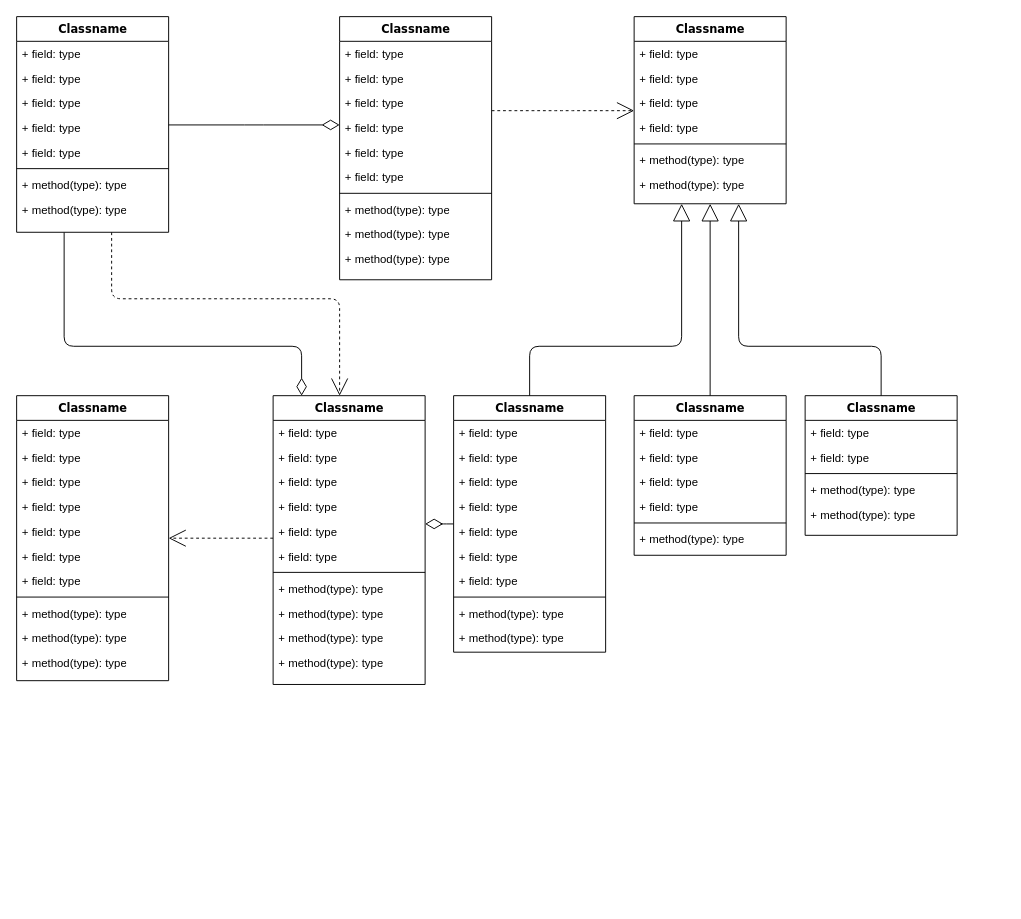
This is Untitled Diagram.drawio from NeutronBlast/IS-Ex, a draw.io file, before an edit. Source tidied: cells renumbered, new cells numbered last; positions are measured from the earlier drawing's top-left corner, leaving out a move shared by most shapes. Both pictures are drawn from the tidied source at 95%, with x=0, y=0 at pixel (16, 16).
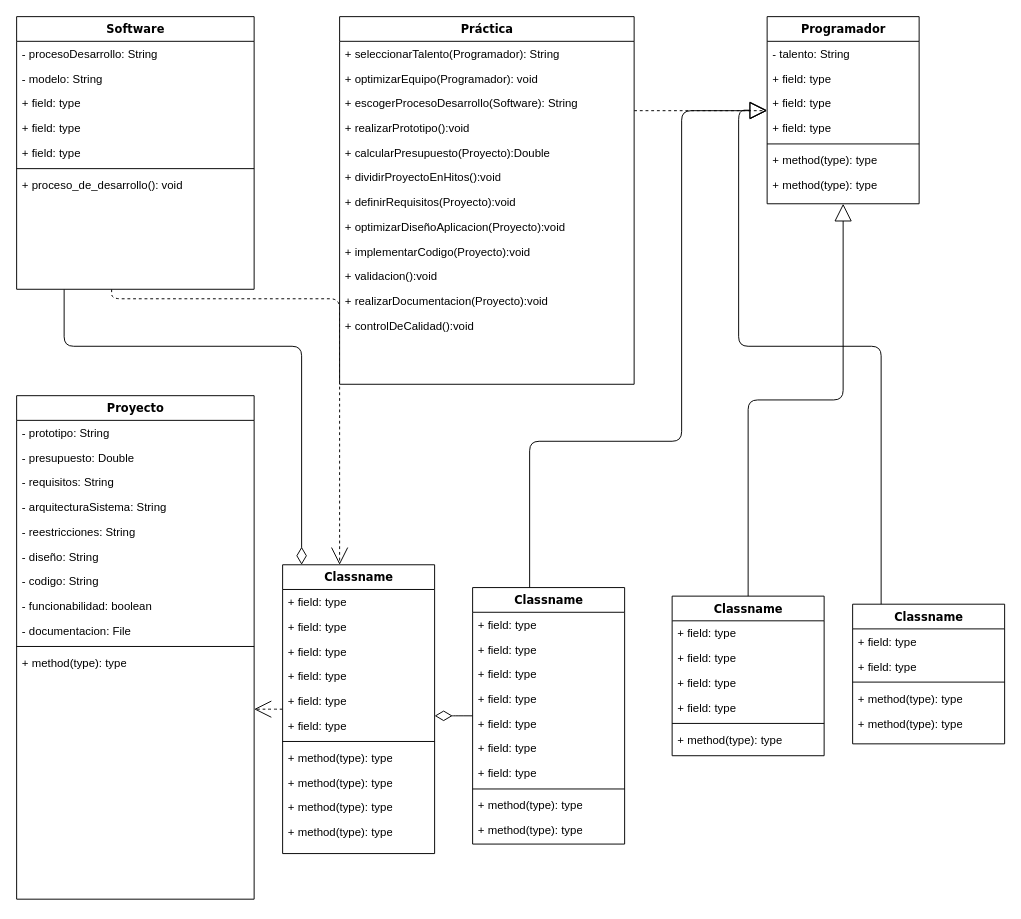
After the change.

Change to the diagram source:
```diff
@@
-    <mxCell id="4" value="Classname" style="swimlane;html=1;fontStyle=1;align=center;verticalAlign=top;horizontal=1;startSize=26;swimlaneFillColor=#ffffff;rounded=0;shadow=0;comic=0;labelBackgroundColor=none;strokeColor=#000000;strokeWidth=1;fillColor=none;fontFamily=Verdana;fontSize=12;fontColor=#000000;" parent="1" vertex="1">
-      <mxGeometry width="160" height="227" as="geometry" />
+    <mxCell id="4" value="Software&lt;br&gt;&lt;br&gt;" style="swimlane;html=1;fontStyle=1;align=center;verticalAlign=top;horizontal=1;startSize=26;swimlaneFillColor=#ffffff;rounded=0;shadow=0;comic=0;labelBackgroundColor=none;strokeColor=#000000;strokeWidth=1;fillColor=none;fontFamily=Verdana;fontSize=12;fontColor=#000000;" parent="1" vertex="1">
+      <mxGeometry width="250" height="287" as="geometry" />
     </mxCell>
-    <mxCell id="5" value="+ field: type" style="text;html=1;strokeColor=none;fillColor=none;align=left;verticalAlign=top;spacingLeft=4;spacingRight=4;whiteSpace=wrap;overflow=hidden;" parent="4" vertex="1">
-      <mxGeometry y="26" width="160" height="26" as="geometry" />
+    <mxCell id="5" value="- procesoDesarrollo: String" style="text;html=1;strokeColor=none;fillColor=none;align=left;verticalAlign=top;spacingLeft=4;spacingRight=4;whiteSpace=wrap;overflow=hidden;" parent="4" vertex="1">
+      <mxGeometry y="26" width="250" height="26" as="geometry" />
     </mxCell>
-    <mxCell id="6" value="+ field: type" style="text;html=1;strokeColor=none;fillColor=none;align=left;verticalAlign=top;spacingLeft=4;spacingRight=4;whiteSpace=wrap;overflow=hidden;" parent="4" vertex="1">
-      <mxGeometry y="52" width="160" height="26" as="geometry" />
+    <mxCell id="6" value="- modelo: String" style="text;html=1;strokeColor=none;fillColor=none;align=left;verticalAlign=top;spacingLeft=4;spacingRight=4;whiteSpace=wrap;overflow=hidden;" parent="4" vertex="1">
+      <mxGeometry y="52" width="250" height="26" as="geometry" />
     </mxCell>
     <mxCell id="7" value="+ field: type" style="text;html=1;strokeColor=none;fillColor=none;align=left;verticalAlign=top;spacingLeft=4;spacingRight=4;whiteSpace=wrap;overflow=hidden;" parent="4" vertex="1">
-      <mxGeometry y="78" width="160" height="26" as="geometry" />
+      <mxGeometry y="78" width="250" height="26" as="geometry" />
     </mxCell>
     <mxCell id="8" value="+ field: type" style="text;html=1;strokeColor=none;fillColor=none;align=left;verticalAlign=top;spacingLeft=4;spacingRight=4;whiteSpace=wrap;overflow=hidden;" parent="4" vertex="1">
-      <mxGeometry y="104" width="160" height="26" as="geometry" />
+      <mxGeometry y="104" width="250" height="26" as="geometry" />
     </mxCell>
     <mxCell id="9" value="+ field: type" style="text;html=1;strokeColor=none;fillColor=none;align=left;verticalAlign=top;spacingLeft=4;spacingRight=4;whiteSpace=wrap;overflow=hidden;" parent="4" vertex="1">
-      <mxGeometry y="130" width="160" height="26" as="geometry" />
+      <mxGeometry y="130" width="250" height="26" as="geometry" />
     </mxCell>
     <mxCell id="10" style="line;html=1;strokeWidth=1;fillColor=none;align=left;verticalAlign=middle;spacingTop=-1;spacingLeft=3;spacingRight=3;labelPosition=right;" parent="4" vertex="1">
-      <mxGeometry y="156" width="160" height="8" as="geometry" />
+      <mxGeometry y="156" width="250" height="8" as="geometry" />
     </mxCell>
-    <mxCell id="11" value="+ method(type): type" style="text;html=1;strokeColor=none;fillColor=none;align=left;verticalAlign=top;spacingLeft=4;spacingRight=4;whiteSpace=wrap;overflow=hidden;" parent="4" vertex="1">
-      <mxGeometry y="164" width="160" height="26" as="geometry" />
+    <mxCell id="11" value="+ proceso_de_desarrollo(): void&lt;br&gt;" style="text;html=1;strokeColor=none;fillColor=none;align=left;verticalAlign=top;spacingLeft=4;spacingRight=4;whiteSpace=wrap;overflow=hidden;" parent="4" vertex="1">
+      <mxGeometry y="164" width="250" height="26" as="geometry" />
     </mxCell>
-    <mxCell id="12" value="+ method(type): type" style="text;html=1;strokeColor=none;fillColor=none;align=left;verticalAlign=top;spacingLeft=4;spacingRight=4;whiteSpace=wrap;overflow=hidden;" parent="4" vertex="1">
-      <mxGeometry y="190" width="160" height="26" as="geometry" />
-    </mxCell>
@@
-    <mxCell id="14" value="Classname" style="swimlane;html=1;fontStyle=1;align=center;verticalAlign=top;horizontal=1;startSize=26;swimlaneFillColor=#ffffff;rounded=0;shadow=0;comic=0;labelBackgroundColor=none;strokeColor=#000000;strokeWidth=1;fillColor=none;fontFamily=Verdana;fontSize=12;fontColor=#000000;" parent="1" vertex="1">
-      <mxGeometry x="340" width="160" height="277" as="geometry" />
+    <mxCell id="14" value="Práctica&lt;br&gt;" style="swimlane;html=1;fontStyle=1;align=center;verticalAlign=top;horizontal=1;startSize=26;swimlaneFillColor=#ffffff;rounded=0;shadow=0;comic=0;labelBackgroundColor=none;strokeColor=#000000;strokeWidth=1;fillColor=none;fontFamily=Verdana;fontSize=12;fontColor=#000000;" parent="1" vertex="1">
+      <mxGeometry x="340" width="310" height="387" as="geometry" />
     </mxCell>
-    <mxCell id="15" value="+ field: type" style="text;html=1;strokeColor=none;fillColor=none;align=left;verticalAlign=top;spacingLeft=4;spacingRight=4;whiteSpace=wrap;overflow=hidden;" parent="14" vertex="1">
-      <mxGeometry y="26" width="160" height="26" as="geometry" />
-    </mxCell>
-    <mxCell id="16" value="+ field: type" style="text;html=1;strokeColor=none;fillColor=none;align=left;verticalAlign=top;spacingLeft=4;spacingRight=4;whiteSpace=wrap;overflow=hidden;" parent="14" vertex="1">
-      <mxGeometry y="52" width="160" height="26" as="geometry" />
-    </mxCell>
-    <mxCell id="17" value="+ field: type" style="text;html=1;strokeColor=none;fillColor=none;align=left;verticalAlign=top;spacingLeft=4;spacingRight=4;whiteSpace=wrap;overflow=hidden;" parent="14" vertex="1">
-      <mxGeometry y="78" width="160" height="26" as="geometry" />
-    </mxCell>
-    <mxCell id="18" value="+ field: type" style="text;html=1;strokeColor=none;fillColor=none;align=left;verticalAlign=top;spacingLeft=4;spacingRight=4;whiteSpace=wrap;overflow=hidden;" parent="14" vertex="1">
-      <mxGeometry y="104" width="160" height="26" as="geometry" />
-    </mxCell>
-    <mxCell id="19" value="+ field: type" style="text;html=1;strokeColor=none;fillColor=none;align=left;verticalAlign=top;spacingLeft=4;spacingRight=4;whiteSpace=wrap;overflow=hidden;" parent="14" vertex="1">
-      <mxGeometry y="130" width="160" height="26" as="geometry" />
-    </mxCell>
-    <mxCell id="20" value="+ field: type" style="text;html=1;strokeColor=none;fillColor=none;align=left;verticalAlign=top;spacingLeft=4;spacingRight=4;whiteSpace=wrap;overflow=hidden;" parent="14" vertex="1">
-      <mxGeometry y="156" width="160" height="26" as="geometry" />
-    </mxCell>
-    <mxCell id="21" style="line;html=1;strokeWidth=1;fillColor=none;align=left;verticalAlign=middle;spacingTop=-1;spacingLeft=3;spacingRight=3;labelPosition=right;" parent="14" vertex="1">
-      <mxGeometry y="182" width="160" height="8" as="geometry" />
-    </mxCell>
-    <mxCell id="22" value="+ method(type): type" style="text;html=1;strokeColor=none;fillColor=none;align=left;verticalAlign=top;spacingLeft=4;spacingRight=4;whiteSpace=wrap;overflow=hidden;" parent="14" vertex="1">
-      <mxGeometry y="190" width="160" height="26" as="geometry" />
+    <mxCell id="22" value="+ seleccionarTalento(Programador): String" style="text;html=1;strokeColor=none;fillColor=none;align=left;verticalAlign=top;spacingLeft=4;spacingRight=4;whiteSpace=wrap;overflow=hidden;" parent="14" vertex="1">
+      <mxGeometry y="26" width="310" height="26" as="geometry" />
     </mxCell>
-    <mxCell id="23" value="+ method(type): type" style="text;html=1;strokeColor=none;fillColor=none;align=left;verticalAlign=top;spacingLeft=4;spacingRight=4;whiteSpace=wrap;overflow=hidden;" parent="14" vertex="1">
-      <mxGeometry y="216" width="160" height="26" as="geometry" />
+    <mxCell id="23" value="+ optimizarEquipo(Programador): void" style="text;html=1;strokeColor=none;fillColor=none;align=left;verticalAlign=top;spacingLeft=4;spacingRight=4;whiteSpace=wrap;overflow=hidden;" parent="14" vertex="1">
+      <mxGeometry y="52" width="310" height="26" as="geometry" />
     </mxCell>
-    <mxCell id="24" value="+ method(type): type" style="text;html=1;strokeColor=none;fillColor=none;align=left;verticalAlign=top;spacingLeft=4;spacingRight=4;whiteSpace=wrap;overflow=hidden;" parent="14" vertex="1">
-      <mxGeometry y="242" width="160" height="26" as="geometry" />
+    <mxCell id="24" value="+ escogerProcesoDesarrollo(Software): String" style="text;html=1;strokeColor=none;fillColor=none;align=left;verticalAlign=top;spacingLeft=4;spacingRight=4;whiteSpace=wrap;overflow=hidden;" parent="14" vertex="1">
+      <mxGeometry y="78" width="310" height="26" as="geometry" />
     </mxCell>
+    <mxCell id="87" value="+ realizarPrototipo():void" style="text;html=1;strokeColor=none;fillColor=none;align=left;verticalAlign=top;spacingLeft=4;spacingRight=4;whiteSpace=wrap;overflow=hidden;" parent="14" vertex="1">
+      <mxGeometry y="104" width="310" height="26" as="geometry" />
+    </mxCell>
+    <mxCell id="88" value="+ calcularPresupuesto(Proyecto):Double" style="text;html=1;strokeColor=none;fillColor=none;align=left;verticalAlign=top;spacingLeft=4;spacingRight=4;whiteSpace=wrap;overflow=hidden;" parent="14" vertex="1">
+      <mxGeometry y="130" width="310" height="26" as="geometry" />
+    </mxCell>
+    <mxCell id="89" value="+ dividirProyectoEnHitos():void" style="text;html=1;strokeColor=none;fillColor=none;align=left;verticalAlign=top;spacingLeft=4;spacingRight=4;whiteSpace=wrap;overflow=hidden;" parent="14" vertex="1">
+      <mxGeometry y="156" width="310" height="26" as="geometry" />
+    </mxCell>
+    <mxCell id="90" value="+ definirRequisitos(Proyecto):void&lt;br&gt;" style="text;html=1;strokeColor=none;fillColor=none;align=left;verticalAlign=top;spacingLeft=4;spacingRight=4;whiteSpace=wrap;overflow=hidden;" parent="14" vertex="1">
+      <mxGeometry y="182" width="310" height="26" as="geometry" />
+    </mxCell>
+    <mxCell id="91" value="+ optimizarDiseñoAplicacion(Proyecto):void&lt;br&gt;" style="text;html=1;strokeColor=none;fillColor=none;align=left;verticalAlign=top;spacingLeft=4;spacingRight=4;whiteSpace=wrap;overflow=hidden;" parent="14" vertex="1">
+      <mxGeometry y="208" width="310" height="26" as="geometry" />
+    </mxCell>
+    <mxCell id="92" value="+ implementarCodigo(Proyecto):void&lt;br&gt;" style="text;html=1;strokeColor=none;fillColor=none;align=left;verticalAlign=top;spacingLeft=4;spacingRight=4;whiteSpace=wrap;overflow=hidden;" parent="14" vertex="1">
+      <mxGeometry y="234" width="310" height="26" as="geometry" />
+    </mxCell>
+    <mxCell id="93" value="+ validacion():void&lt;br&gt;" style="text;html=1;strokeColor=none;fillColor=none;align=left;verticalAlign=top;spacingLeft=4;spacingRight=4;whiteSpace=wrap;overflow=hidden;" parent="14" vertex="1">
+      <mxGeometry y="260" width="310" height="26" as="geometry" />
+    </mxCell>
+    <mxCell id="94" value="+ realizarDocumentacion(Proyecto):void&lt;br&gt;" style="text;html=1;strokeColor=none;fillColor=none;align=left;verticalAlign=top;spacingLeft=4;spacingRight=4;whiteSpace=wrap;overflow=hidden;" parent="14" vertex="1">
+      <mxGeometry y="286" width="310" height="26" as="geometry" />
+    </mxCell>
+    <mxCell id="95" value="+ controlDeCalidad():void&lt;br&gt;" style="text;html=1;strokeColor=none;fillColor=none;align=left;verticalAlign=top;spacingLeft=4;spacingRight=4;whiteSpace=wrap;overflow=hidden;" parent="14" vertex="1">
+      <mxGeometry y="312" width="310" height="26" as="geometry" />
+    </mxCell>
-    <mxCell id="25" value="Classname" style="swimlane;html=1;fontStyle=1;align=center;verticalAlign=top;horizontal=1;startSize=26;swimlaneFillColor=#ffffff;rounded=0;shadow=0;comic=0;labelBackgroundColor=none;strokeColor=#000000;strokeWidth=1;fillColor=none;fontFamily=Verdana;fontSize=12;fontColor=#000000;" parent="1" vertex="1">
-      <mxGeometry x="650" width="160" height="197" as="geometry" />
+    <mxCell id="25" value="Programador" style="swimlane;html=1;fontStyle=1;align=center;verticalAlign=top;horizontal=1;startSize=26;swimlaneFillColor=#ffffff;rounded=0;shadow=0;comic=0;labelBackgroundColor=none;strokeColor=#000000;strokeWidth=1;fillColor=none;fontFamily=Verdana;fontSize=12;fontColor=#000000;" parent="1" vertex="1">
+      <mxGeometry x="790" width="160" height="197" as="geometry" />
     </mxCell>
-    <mxCell id="26" value="+ field: type" style="text;html=1;strokeColor=none;fillColor=none;align=left;verticalAlign=top;spacingLeft=4;spacingRight=4;whiteSpace=wrap;overflow=hidden;" parent="25" vertex="1">
+    <mxCell id="26" value="- talento: String" style="text;html=1;strokeColor=none;fillColor=none;align=left;verticalAlign=top;spacingLeft=4;spacingRight=4;whiteSpace=wrap;overflow=hidden;" parent="25" vertex="1">
       <mxGeometry y="26" width="160" height="26" as="geometry" />
     </mxCell>
@@
-    <mxCell id="34" value="Classname" style="swimlane;html=1;fontStyle=1;align=center;verticalAlign=top;horizontal=1;startSize=26;swimlaneFillColor=#ffffff;rounded=0;shadow=0;comic=0;labelBackgroundColor=none;strokeColor=#000000;strokeWidth=1;fillColor=none;fontFamily=Verdana;fontSize=12;fontColor=#000000;" parent="1" vertex="1">
-      <mxGeometry y="399" width="160" height="300" as="geometry" />
+    <mxCell id="34" value="Proyecto" style="swimlane;html=1;fontStyle=1;align=center;verticalAlign=top;horizontal=1;startSize=26;swimlaneFillColor=#ffffff;rounded=0;shadow=0;comic=0;labelBackgroundColor=none;strokeColor=#000000;strokeWidth=1;fillColor=none;fontFamily=Verdana;fontSize=12;fontColor=#000000;" parent="1" vertex="1">
+      <mxGeometry y="399" width="250" height="530" as="geometry" />
     </mxCell>
-    <mxCell id="35" value="+ field: type" style="text;html=1;strokeColor=none;fillColor=none;align=left;verticalAlign=top;spacingLeft=4;spacingRight=4;whiteSpace=wrap;overflow=hidden;" parent="34" vertex="1">
-      <mxGeometry y="26" width="160" height="26" as="geometry" />
+    <mxCell id="35" value="- prototipo: String" style="text;html=1;strokeColor=none;fillColor=none;align=left;verticalAlign=top;spacingLeft=4;spacingRight=4;whiteSpace=wrap;overflow=hidden;" parent="34" vertex="1">
+      <mxGeometry y="26" width="250" height="26" as="geometry" />
     </mxCell>
-    <mxCell id="36" value="+ field: type" style="text;html=1;strokeColor=none;fillColor=none;align=left;verticalAlign=top;spacingLeft=4;spacingRight=4;whiteSpace=wrap;overflow=hidden;" parent="34" vertex="1">
-      <mxGeometry y="52" width="160" height="26" as="geometry" />
+    <mxCell id="36" value="- presupuesto: Double" style="text;html=1;strokeColor=none;fillColor=none;align=left;verticalAlign=top;spacingLeft=4;spacingRight=4;whiteSpace=wrap;overflow=hidden;" parent="34" vertex="1">
+      <mxGeometry y="52" width="250" height="26" as="geometry" />
     </mxCell>
-    <mxCell id="37" value="+ field: type" style="text;html=1;strokeColor=none;fillColor=none;align=left;verticalAlign=top;spacingLeft=4;spacingRight=4;whiteSpace=wrap;overflow=hidden;" parent="34" vertex="1">
-      <mxGeometry y="78" width="160" height="26" as="geometry" />
+    <mxCell id="37" value="- requisitos: String" style="text;html=1;strokeColor=none;fillColor=none;align=left;verticalAlign=top;spacingLeft=4;spacingRight=4;whiteSpace=wrap;overflow=hidden;" parent="34" vertex="1">
+      <mxGeometry y="78" width="250" height="26" as="geometry" />
     </mxCell>
-    <mxCell id="38" value="+ field: type" style="text;html=1;strokeColor=none;fillColor=none;align=left;verticalAlign=top;spacingLeft=4;spacingRight=4;whiteSpace=wrap;overflow=hidden;" parent="34" vertex="1">
-      <mxGeometry y="104" width="160" height="26" as="geometry" />
+    <mxCell id="38" value="- arquitecturaSistema: String" style="text;html=1;strokeColor=none;fillColor=none;align=left;verticalAlign=top;spacingLeft=4;spacingRight=4;whiteSpace=wrap;overflow=hidden;" parent="34" vertex="1">
+      <mxGeometry y="104" width="250" height="26" as="geometry" />
     </mxCell>
-    <mxCell id="39" value="+ field: type" style="text;html=1;strokeColor=none;fillColor=none;align=left;verticalAlign=top;spacingLeft=4;spacingRight=4;whiteSpace=wrap;overflow=hidden;" parent="34" vertex="1">
-      <mxGeometry y="130" width="160" height="26" as="geometry" />
+    <mxCell id="39" value="- reestricciones: String" style="text;html=1;strokeColor=none;fillColor=none;align=left;verticalAlign=top;spacingLeft=4;spacingRight=4;whiteSpace=wrap;overflow=hidden;" parent="34" vertex="1">
+      <mxGeometry y="130" width="250" height="26" as="geometry" />
     </mxCell>
-    <mxCell id="40" value="+ field: type" style="text;html=1;strokeColor=none;fillColor=none;align=left;verticalAlign=top;spacingLeft=4;spacingRight=4;whiteSpace=wrap;overflow=hidden;" parent="34" vertex="1">
-      <mxGeometry y="156" width="160" height="26" as="geometry" />
+    <mxCell id="40" value="- diseño: String" style="text;html=1;strokeColor=none;fillColor=none;align=left;verticalAlign=top;spacingLeft=4;spacingRight=4;whiteSpace=wrap;overflow=hidden;" parent="34" vertex="1">
+      <mxGeometry y="156" width="250" height="26" as="geometry" />
     </mxCell>
-    <mxCell id="41" value="+ field: type" style="text;html=1;strokeColor=none;fillColor=none;align=left;verticalAlign=top;spacingLeft=4;spacingRight=4;whiteSpace=wrap;overflow=hidden;" parent="34" vertex="1">
-      <mxGeometry y="182" width="160" height="26" as="geometry" />
+    <mxCell id="41" value="- codigo: String" style="text;html=1;strokeColor=none;fillColor=none;align=left;verticalAlign=top;spacingLeft=4;spacingRight=4;whiteSpace=wrap;overflow=hidden;" parent="34" vertex="1">
+      <mxGeometry y="182" width="250" height="26" as="geometry" />
     </mxCell>
+    <mxCell id="44" value="- funcionabilidad: boolean" style="text;html=1;strokeColor=none;fillColor=none;align=left;verticalAlign=top;spacingLeft=4;spacingRight=4;whiteSpace=wrap;overflow=hidden;" parent="34" vertex="1">
+      <mxGeometry y="208" width="250" height="26" as="geometry" />
+    </mxCell>
+    <mxCell id="43" value="- documentacion: File" style="text;html=1;strokeColor=none;fillColor=none;align=left;verticalAlign=top;spacingLeft=4;spacingRight=4;whiteSpace=wrap;overflow=hidden;" parent="34" vertex="1">
+      <mxGeometry y="234" width="250" height="26" as="geometry" />
+    </mxCell>
     <mxCell id="42" style="line;html=1;strokeWidth=1;fillColor=none;align=left;verticalAlign=middle;spacingTop=-1;spacingLeft=3;spacingRight=3;labelPosition=right;" parent="34" vertex="1">
-      <mxGeometry y="208" width="160" height="8" as="geometry" />
+      <mxGeometry y="260" width="250" height="8" as="geometry" />
     </mxCell>
-    <mxCell id="43" value="+ method(type): type" style="text;html=1;strokeColor=none;fillColor=none;align=left;verticalAlign=top;spacingLeft=4;spacingRight=4;whiteSpace=wrap;overflow=hidden;" parent="34" vertex="1">
-      <mxGeometry y="216" width="160" height="26" as="geometry" />
-    </mxCell>
-    <mxCell id="44" value="+ method(type): type" style="text;html=1;strokeColor=none;fillColor=none;align=left;verticalAlign=top;spacingLeft=4;spacingRight=4;whiteSpace=wrap;overflow=hidden;" parent="34" vertex="1">
-      <mxGeometry y="242" width="160" height="26" as="geometry" />
-    </mxCell>
     <mxCell id="45" value="+ method(type): type" style="text;html=1;strokeColor=none;fillColor=none;align=left;verticalAlign=top;spacingLeft=4;spacingRight=4;whiteSpace=wrap;overflow=hidden;" parent="34" vertex="1">
-      <mxGeometry y="268" width="160" height="26" as="geometry" />
+      <mxGeometry y="268" width="250" height="262" as="geometry" />
     </mxCell>
@@
     <mxCell id="47" value="Classname" style="swimlane;html=1;fontStyle=1;align=center;verticalAlign=top;horizontal=1;startSize=26;swimlaneFillColor=#ffffff;rounded=0;shadow=0;comic=0;labelBackgroundColor=none;strokeColor=#000000;strokeWidth=1;fillColor=none;fontFamily=Verdana;fontSize=12;fontColor=#000000;" parent="1" vertex="1">
-      <mxGeometry x="270" y="399" width="160" height="304" as="geometry" />
+      <mxGeometry x="280" y="577" width="160" height="304" as="geometry" />
     </mxCell>
@@
     <mxCell id="59" style="edgeStyle=orthogonalEdgeStyle;html=1;labelBackgroundColor=none;startFill=0;startSize=8;endArrow=block;endFill=0;endSize=16;fontFamily=Verdana;fontSize=12;" parent="1" edge="1" source="60" target="25">
       <mxGeometry relative="1" as="geometry">
         <Array as="points">
-          <mxPoint x="540" y="347" />
-          <mxPoint x="700" y="347" />
+          <mxPoint x="540" y="447" />
+          <mxPoint x="700" y="447" />
+          <mxPoint x="700" y="99" />
         </Array>
       </mxGeometry>
     </mxCell>
     <mxCell id="60" value="Classname" style="swimlane;html=1;fontStyle=1;align=center;verticalAlign=top;horizontal=1;startSize=26;swimlaneFillColor=#ffffff;rounded=0;shadow=0;comic=0;labelBackgroundColor=none;strokeColor=#000000;strokeWidth=1;fillColor=none;fontFamily=Verdana;fontSize=12;fontColor=#000000;" parent="1" vertex="1">
-      <mxGeometry x="460" y="399" width="160" height="270" as="geometry" />
+      <mxGeometry x="480" y="601" width="160" height="270" as="geometry" />
     </mxCell>
@@
     <mxCell id="72" value="Classname" style="swimlane;html=1;fontStyle=1;align=center;verticalAlign=top;horizontal=1;startSize=26;swimlaneFillColor=#ffffff;rounded=0;shadow=0;comic=0;labelBackgroundColor=none;strokeColor=#000000;strokeWidth=1;fillColor=none;fontFamily=Verdana;fontSize=12;fontColor=#000000;" parent="1" vertex="1">
-      <mxGeometry x="650" y="399" width="160" height="168" as="geometry" />
+      <mxGeometry x="690" y="610" width="160" height="168" as="geometry" />
     </mxCell>
@@
     <mxCell id="80" value="Classname" style="swimlane;html=1;fontStyle=1;align=center;verticalAlign=top;horizontal=1;startSize=26;swimlaneFillColor=#ffffff;rounded=0;shadow=0;comic=0;labelBackgroundColor=none;strokeColor=#000000;strokeWidth=1;fillColor=none;fontFamily=Verdana;fontSize=12;fontColor=#000000;" parent="1" vertex="1">
-      <mxGeometry x="830" y="399" width="160" height="147" as="geometry" />
+      <mxGeometry x="880" y="618.5" width="160" height="147" as="geometry" />
     </mxCell>
@@
-    <mxCell id="86" style="edgeStyle=elbowEdgeStyle;html=1;labelBackgroundColor=none;startFill=0;startSize=8;endArrow=diamondThin;endFill=0;endSize=16;fontFamily=Verdana;fontSize=12;elbow=vertical;" parent="1" edge="1" source="4" target="14">
-      <mxGeometry relative="1" as="geometry" />
-    </mxCell>
```
